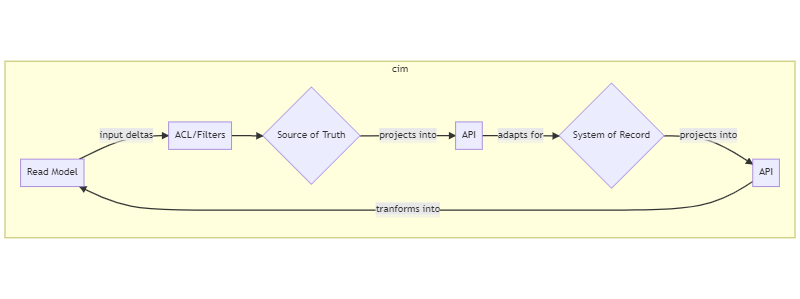
The Mermaid diagram static/img/cim.png in AmaranthosIO/amaranthosio.github.io, before a commit. Its source is kept beside it as content/library/cim.mermaid. Source of this version:
```mermaid
graph LR
subgraph cim
SOT{Source of Truth} -->|projects into| sotAPI[API] -->|adapts for| SOR{System of Record} -->|projects into| rmAPI[API] -->|tranforms into| RM[Read Model]
RM -->|input deltas| acl[ACL/Filters] --> SOT
end
```
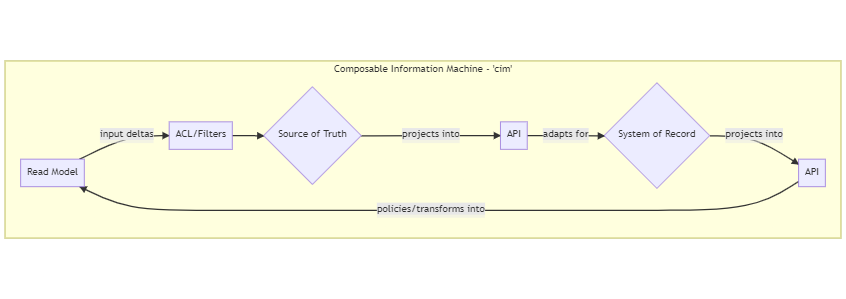
The same diagram one commit later.

Diff of the diagram source:
```diff
@@ -1,5 +1,5 @@
 graph LR
-subgraph cim
-SOT{Source of Truth} -->|projects into| sotAPI[API] -->|adapts for| SOR{System of Record} -->|projects into| rmAPI[API] -->|tranforms into| RM[Read Model]
+subgraph "Composable Information Machine - 'cim'"
+SOT{Source of Truth} -->|projects into| sotAPI[API] -->|adapts for| SOR{System of Record} -->|projects into| rmAPI[API] -->|policies/transforms into| RM[Read Model]
 RM -->|input deltas| acl[ACL/Filters] --> SOT
 end
```
